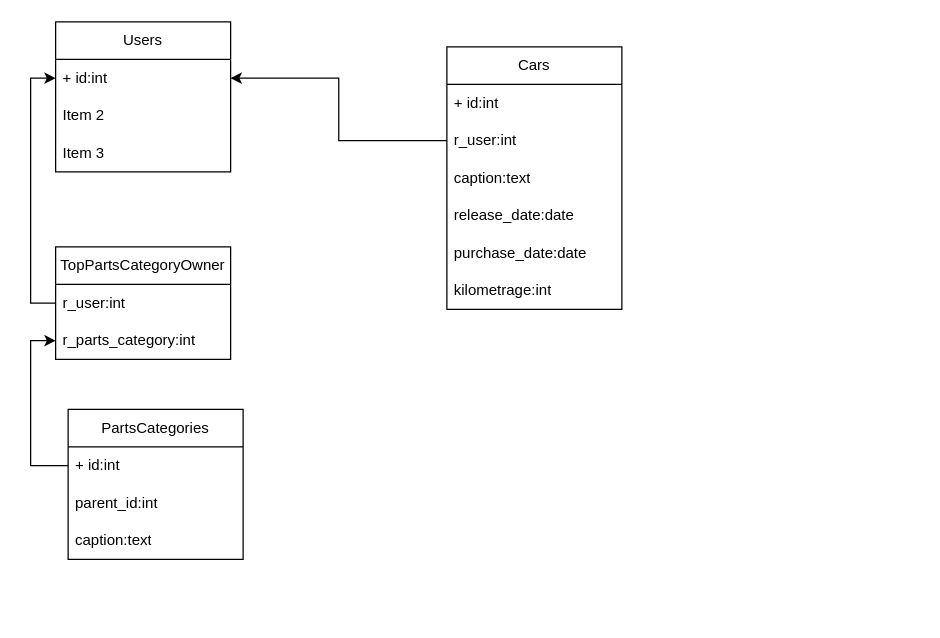
Before: CarService.drawio in tkadm/-, a draw.io diagram. Source tidied: cells renumbered, new cells numbered last; positions are measured from the earlier drawing's top-left corner, leaving out a move shared by most shapes. Both pictures are drawn from the tidied source at 125%, with x=0, y=0 at pixel (55, 21).
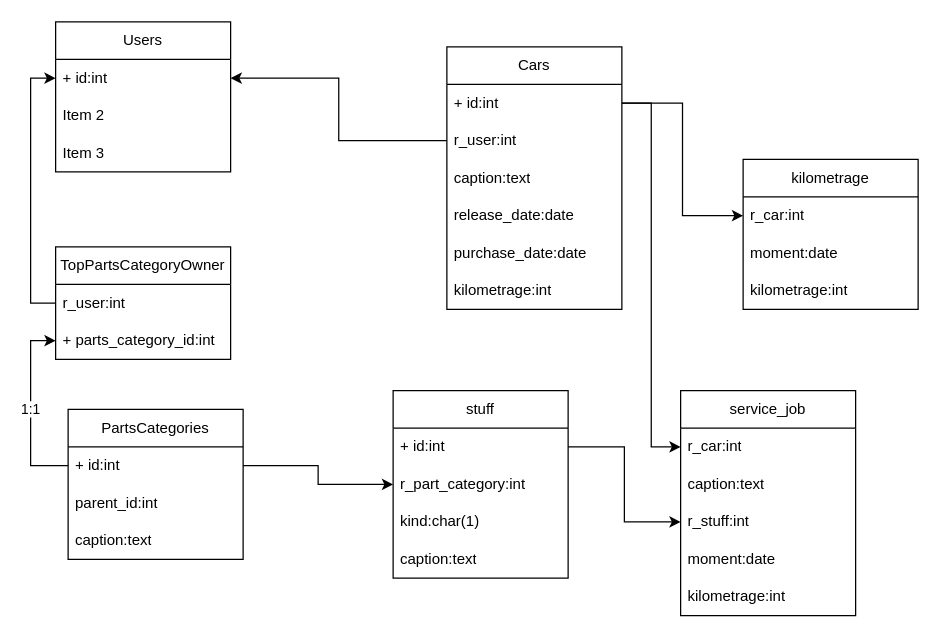
After the change.

The change refers to these unchanged cells:
```xml
<mxCell id="7" value="+ id:int" style="text;strokeColor=none;fillColor=none;align=left;verticalAlign=middle;spacingLeft=4;spacingRight=4;overflow=hidden;points=[[0,0.5],[1,0.5]];portConstraint=eastwest;whiteSpace=wrap;html=1;" parent="6" vertex="1">
  <mxGeometry y="30" width="140" height="30" as="geometry" />
</mxCell>
<mxCell id="15" value="+ id:int" style="text;strokeColor=none;fillColor=none;align=left;verticalAlign=middle;spacingLeft=4;spacingRight=4;overflow=hidden;points=[[0,0.5],[1,0.5]];portConstraint=eastwest;whiteSpace=wrap;html=1;" parent="14" vertex="1">
  <mxGeometry y="30" width="140" height="30" as="geometry" />
</mxCell>
<mxCell id="18" value="TopPartsCategoryOwner" style="swimlane;fontStyle=0;horizontal=1;startSize=30;whiteSpace=wrap;html=1;" parent="1" vertex="1">
  <mxGeometry y="180" width="140" height="90" as="geometry" />
</mxCell>
```

Change to the diagram source:
```diff
@@
-    <mxCell id="20" value="r_parts_category:int" style="text;strokeColor=none;fillColor=none;align=left;verticalAlign=middle;spacingLeft=4;spacingRight=4;overflow=hidden;points=[[0,0.5],[1,0.5]];portConstraint=eastwest;whiteSpace=wrap;html=1;" parent="18" vertex="1">
+    <mxCell id="20" value="+ parts_category_id:int" style="text;strokeColor=none;fillColor=none;align=left;verticalAlign=middle;spacingLeft=4;spacingRight=4;overflow=hidden;points=[[0,0.5],[1,0.5]];portConstraint=eastwest;whiteSpace=wrap;html=1;" parent="18" vertex="1">
       <mxGeometry y="60" width="140" height="30" as="geometry" />
     </mxCell>
@@
-    <mxCell id="22" style="edgeStyle=orthogonalEdgeStyle;rounded=0;jettySize=auto;html=1;exitX=0;exitY=0.5;exitDx=0;exitDy=0;entryX=0;entryY=0.5;entryDx=0;entryDy=0;" parent="1" edge="1" source="15" target="20">
+    <mxCell id="22" value="1:1" style="edgeStyle=orthogonalEdgeStyle;rounded=0;jettySize=auto;html=1;exitX=0;exitY=0.5;exitDx=0;exitDy=0;entryX=0;entryY=0.5;entryDx=0;entryDy=0;" parent="1" edge="1" source="15" target="20">
       <mxGeometry relative="1" as="geometry" />
     </mxCell>
+    <mxCell id="23" value="stuff" style="swimlane;fontStyle=0;horizontal=1;startSize=30;whiteSpace=wrap;html=1;" parent="1" vertex="1">
+      <mxGeometry x="270" y="295" width="140" height="150" as="geometry" />
+    </mxCell>
+    <mxCell id="24" value="+ id:int" style="text;strokeColor=none;fillColor=none;align=left;verticalAlign=middle;spacingLeft=4;spacingRight=4;overflow=hidden;points=[[0,0.5],[1,0.5]];portConstraint=eastwest;whiteSpace=wrap;html=1;" parent="23" vertex="1">
+      <mxGeometry y="30" width="140" height="30" as="geometry" />
+    </mxCell>
+    <mxCell id="25" value="r_part_category:int" style="text;strokeColor=none;fillColor=none;align=left;verticalAlign=middle;spacingLeft=4;spacingRight=4;overflow=hidden;points=[[0,0.5],[1,0.5]];portConstraint=eastwest;whiteSpace=wrap;html=1;" parent="23" vertex="1">
+      <mxGeometry y="60" width="140" height="30" as="geometry" />
+    </mxCell>
+    <mxCell id="26" value="kind:char(1)" style="text;strokeColor=none;fillColor=none;align=left;verticalAlign=middle;spacingLeft=4;spacingRight=4;overflow=hidden;whiteSpace=wrap;html=1;" parent="23" vertex="1">
+      <mxGeometry y="90" width="140" height="30" as="geometry" />
+    </mxCell>
+    <mxCell id="27" value="caption:text" style="text;strokeColor=none;fillColor=none;align=left;verticalAlign=middle;spacingLeft=4;spacingRight=4;overflow=hidden;whiteSpace=wrap;html=1;" parent="23" vertex="1">
+      <mxGeometry y="120" width="140" height="30" as="geometry" />
+    </mxCell>
+    <mxCell id="28" style="edgeStyle=orthogonalEdgeStyle;rounded=0;jettySize=auto;html=1;exitX=1;exitY=0.5;exitDx=0;exitDy=0;entryX=0;entryY=0.5;entryDx=0;entryDy=0;" parent="1" edge="1" source="15" target="25">
+      <mxGeometry relative="1" as="geometry" />
+    </mxCell>
+    <mxCell id="29" value="service_job" style="swimlane;fontStyle=0;horizontal=1;startSize=30;whiteSpace=wrap;html=1;" parent="1" vertex="1">
+      <mxGeometry x="500" y="295" width="140" height="180" as="geometry" />
+    </mxCell>
+    <mxCell id="30" value="r_car:int" style="text;strokeColor=none;fillColor=none;align=left;verticalAlign=middle;spacingLeft=4;spacingRight=4;overflow=hidden;points=[[0,0.5],[1,0.5]];portConstraint=eastwest;whiteSpace=wrap;html=1;" parent="29" vertex="1">
+      <mxGeometry y="30" width="140" height="30" as="geometry" />
+    </mxCell>
+    <mxCell id="31" value="caption:text" style="text;strokeColor=none;fillColor=none;align=left;verticalAlign=middle;spacingLeft=4;spacingRight=4;overflow=hidden;whiteSpace=wrap;html=1;" parent="29" vertex="1">
+      <mxGeometry y="60" width="140" height="30" as="geometry" />
+    </mxCell>
+    <mxCell id="32" value="r_stuff:int" style="text;strokeColor=none;fillColor=none;align=left;verticalAlign=middle;spacingLeft=4;spacingRight=4;overflow=hidden;points=[[0,0.5],[1,0.5]];portConstraint=eastwest;whiteSpace=wrap;html=1;" parent="29" vertex="1">
+      <mxGeometry y="90" width="140" height="30" as="geometry" />
+    </mxCell>
+    <mxCell id="33" value="moment:date" style="text;strokeColor=none;fillColor=none;align=left;verticalAlign=middle;spacingLeft=4;spacingRight=4;overflow=hidden;whiteSpace=wrap;html=1;" parent="29" vertex="1">
+      <mxGeometry y="120" width="140" height="30" as="geometry" />
+    </mxCell>
+    <mxCell id="34" value="kilometrage:int" style="text;strokeColor=none;fillColor=none;align=left;verticalAlign=middle;spacingLeft=4;spacingRight=4;overflow=hidden;whiteSpace=wrap;html=1;" parent="29" vertex="1">
+      <mxGeometry y="150" width="140" height="30" as="geometry" />
+    </mxCell>
+    <mxCell id="35" value="kilometrage" style="swimlane;fontStyle=0;horizontal=1;startSize=30;whiteSpace=wrap;html=1;" parent="1" vertex="1">
+      <mxGeometry x="550" y="110" width="140" height="120" as="geometry" />
+    </mxCell>
+    <mxCell id="36" value="r_car:int" style="text;strokeColor=none;fillColor=none;align=left;verticalAlign=middle;spacingLeft=4;spacingRight=4;overflow=hidden;points=[[0,0.5],[1,0.5]];portConstraint=eastwest;whiteSpace=wrap;html=1;" parent="35" vertex="1">
+      <mxGeometry y="30" width="140" height="30" as="geometry" />
+    </mxCell>
+    <mxCell id="37" value="moment:date" style="text;strokeColor=none;fillColor=none;align=left;verticalAlign=middle;spacingLeft=4;spacingRight=4;overflow=hidden;whiteSpace=wrap;html=1;" parent="35" vertex="1">
+      <mxGeometry y="60" width="140" height="30" as="geometry" />
+    </mxCell>
+    <mxCell id="38" value="kilometrage:int" style="text;strokeColor=none;fillColor=none;align=left;verticalAlign=middle;spacingLeft=4;spacingRight=4;overflow=hidden;whiteSpace=wrap;html=1;" parent="35" vertex="1">
+      <mxGeometry y="90" width="140" height="30" as="geometry" />
+    </mxCell>
+    <mxCell id="39" style="edgeStyle=orthogonalEdgeStyle;rounded=0;jettySize=auto;html=1;exitX=1;exitY=0.5;exitDx=0;exitDy=0;entryX=0;entryY=0.5;entryDx=0;entryDy=0;" parent="1" edge="1" source="24" target="32">
+      <mxGeometry relative="1" as="geometry" />
+    </mxCell>
+    <mxCell id="40" style="edgeStyle=orthogonalEdgeStyle;rounded=0;jettySize=auto;html=1;exitX=1;exitY=0.5;exitDx=0;exitDy=0;entryX=0;entryY=0.5;entryDx=0;entryDy=0;" parent="1" edge="1" source="7" target="30">
+      <mxGeometry relative="1" as="geometry" />
+    </mxCell>
+    <mxCell id="41" style="edgeStyle=orthogonalEdgeStyle;rounded=0;jettySize=auto;html=1;exitX=1;exitY=0.5;exitDx=0;exitDy=0;entryX=0;entryY=0.5;entryDx=0;entryDy=0;" parent="1" edge="1" source="7" target="36">
+      <mxGeometry relative="1" as="geometry" />
+    </mxCell>
```
